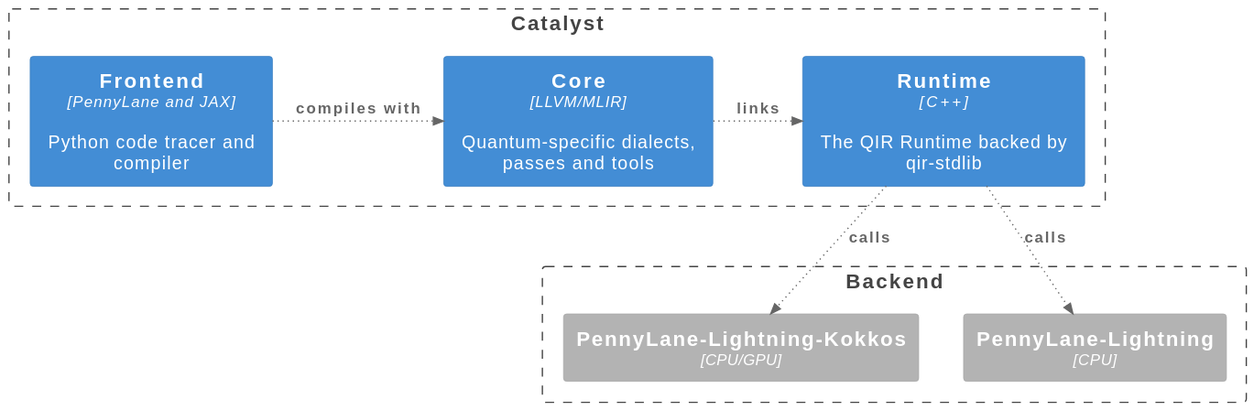
Before: doc/_static/arch/overview.svg, a diagram exported from PlantUML (PennyLaneAI/catalyst).
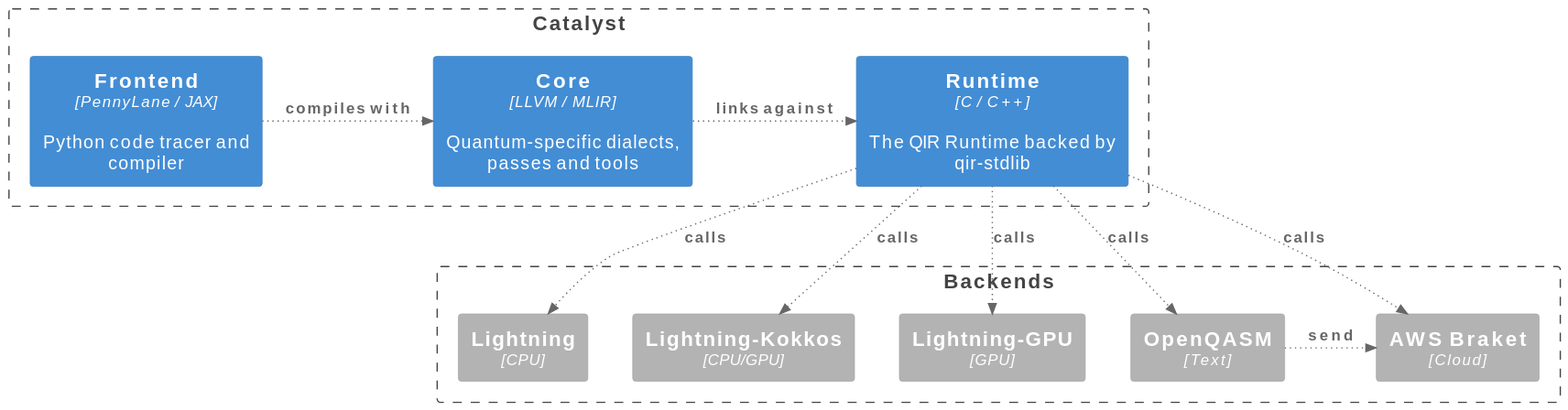
After the commit.

What changed in the source:
```diff
@@ -7,26 +7,45 @@
 
 Boundary(c1, "Catalyst", $link="https://github.com/plantuml-stdlib/C4-PlantUML") {
 
-  Container(_tracer_, "Frontend", "PennyLane and JAX", "Python code tracer and compiler")
-  Container(_qopt_, "Core", "LLVM/MLIR", "Quantum-specific dialects, passes and tools")
+  Container(_tracer_, "Frontend", "PennyLane / JAX", "Python code tracer and compiler")
 
-  Container(_catalyst_runtime_, "Runtime", "C++", "The QIR Runtime backed by qir-stdlib")
+  Container(_qopt_, "Core", "LLVM / MLIR", "Quantum-specific dialects, passes and tools")
+
+  Container(_catalyst_runtime_, "Runtime", "C / C++", "The QIR Runtime backed by qir-stdlib")
 }
 
-Boundary(c2, "Backend", $link="https://github.com/plantuml-stdlib/C4-PlantUML") {
+Boundary(c2, "Backends", $link="https://github.com/plantuml-stdlib/C4-PlantUML") {
 
-  Container_Ext(_pl_lightning_kokkos_, "PennyLane-Lightning-Kokkos", "CPU/GPU")
+  Container_Ext(_pl_lightning_, "Lightning", "CPU")
 
-  Container_Ext(_pl_lightning_, "PennyLane-Lightning", "CPU")
+  Container_Ext(_pl_lightning_kokkos_, "Lightning-Kokkos", "CPU/GPU")
 
+  Container_Ext(_pl_lightning_gpu, "Lightning-GPU", "GPU")
+
+  Container_Ext(_openqasm, "OpenQASM", "Text")
+
+  Container_Ext(_aws_braket, "AWS Braket", "Cloud")
 }
 
 Rel_R(_tracer_, _qopt_, "compiles with", "", $tags="action")
 
-Rel_R(_qopt_, _catalyst_runtime_, "links", "", $tags="action")
+Rel_R(_qopt_, _catalyst_runtime_, "links against", "", $tags="action")
+
+Rel(_catalyst_runtime_, _pl_lightning_, "calls", "", $tags="action")
+
+_pl_lightning_ -[hidden]> _pl_lightning_kokkos_
 
 Rel(_catalyst_runtime_, _pl_lightning_kokkos_, "calls", "", $tags="action")
 
-Rel(_catalyst_runtime_, _pl_lightning_, "calls", "", $tags="action")
+_pl_lightning_kokkos_ -[hidden]> _pl_lightning_gpu
 
+Rel(_catalyst_runtime_, _pl_lightning_gpu, "calls", "", $tags="action")
+
+_pl_lightning_gpu -[hidden]> _openqasm
+
+Rel(_catalyst_runtime_, _openqasm, "calls", "", $tags="action")
+
+Rel(_catalyst_runtime_, _aws_braket, "calls", "", $tags="action")
+
+Rel_R(_openqasm, _aws_braket, "send", "", $tags="action")
 @enduml
```
